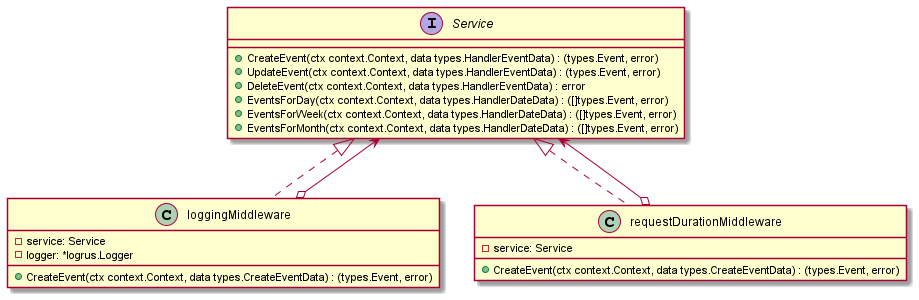
The PlantUML diagram doc/other_tasks/calendar/calendar_middleware_class.png in capitanFlint129/architectural-patterns-in-go, before a commit. Its diagram source:
```plantuml
@startuml


interface Service {
	+CreateEvent(ctx context.Context, data types.HandlerEventData) : (types.Event, error)
	+UpdateEvent(ctx context.Context, data types.HandlerEventData) : (types.Event, error)
	+DeleteEvent(ctx context.Context, data types.HandlerEventData) : error
	+EventsForDay(ctx context.Context, data types.HandlerDateData) : ([]types.Event, error)
	+EventsForWeek(ctx context.Context, data types.HandlerDateData) : ([]types.Event, error)
	+EventsForMonth(ctx context.Context, data types.HandlerDateData) : ([]types.Event, error)
}

class loggingMiddleware {
    -service: Service
    -logger: *logrus.Logger
    +CreateEvent(ctx context.Context, data types.CreateEventData) : (types.Event, error)
}

class loggingMiddleware implements Service

loggingMiddleware o--> Service

class requestDurationMiddleware {
    -service: Service
    +CreateEvent(ctx context.Context, data types.CreateEventData) : (types.Event, error)
}

class requestDurationMiddleware implements Service

requestDurationMiddleware o--> Service


@enduml
```
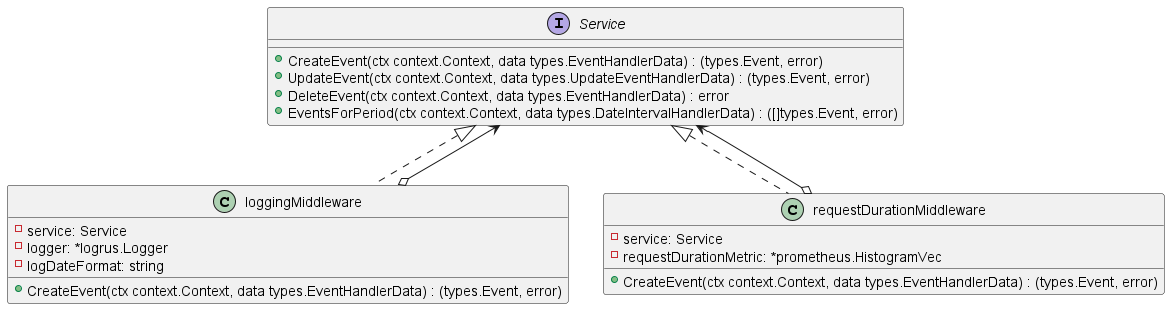
After the commit.

Commit message:
update middleware class diagram

The edit, as a diff of the source:
```diff
@@ -2,18 +2,17 @@
 
 
 interface Service {
-	+CreateEvent(ctx context.Context, data types.HandlerEventData) : (types.Event, error)
-	+UpdateEvent(ctx context.Context, data types.HandlerEventData) : (types.Event, error)
-	+DeleteEvent(ctx context.Context, data types.HandlerEventData) : error
-	+EventsForDay(ctx context.Context, data types.HandlerDateData) : ([]types.Event, error)
-	+EventsForWeek(ctx context.Context, data types.HandlerDateData) : ([]types.Event, error)
-	+EventsForMonth(ctx context.Context, data types.HandlerDateData) : ([]types.Event, error)
+	+CreateEvent(ctx context.Context, data types.EventHandlerData) : (types.Event, error)
+	+UpdateEvent(ctx context.Context, data types.UpdateEventHandlerData) : (types.Event, error)
+	+DeleteEvent(ctx context.Context, data types.EventHandlerData) : error
+	+EventsForPeriod(ctx context.Context, data types.DateIntervalHandlerData) : ([]types.Event, error)
 }
 
 class loggingMiddleware {
     -service: Service
     -logger: *logrus.Logger
-    +CreateEvent(ctx context.Context, data types.CreateEventData) : (types.Event, error)
+    -logDateFormat: string
+    +CreateEvent(ctx context.Context, data types.EventHandlerData) : (types.Event, error)
 }
 
 class loggingMiddleware implements Service
@@ -22,7 +21,8 @@
 
 class requestDurationMiddleware {
     -service: Service
-    +CreateEvent(ctx context.Context, data types.CreateEventData) : (types.Event, error)
+    -requestDurationMetric: *prometheus.HistogramVec
+    +CreateEvent(ctx context.Context, data types.EventHandlerData) : (types.Event, error)
 }
 
 class requestDurationMiddleware implements Service
```
